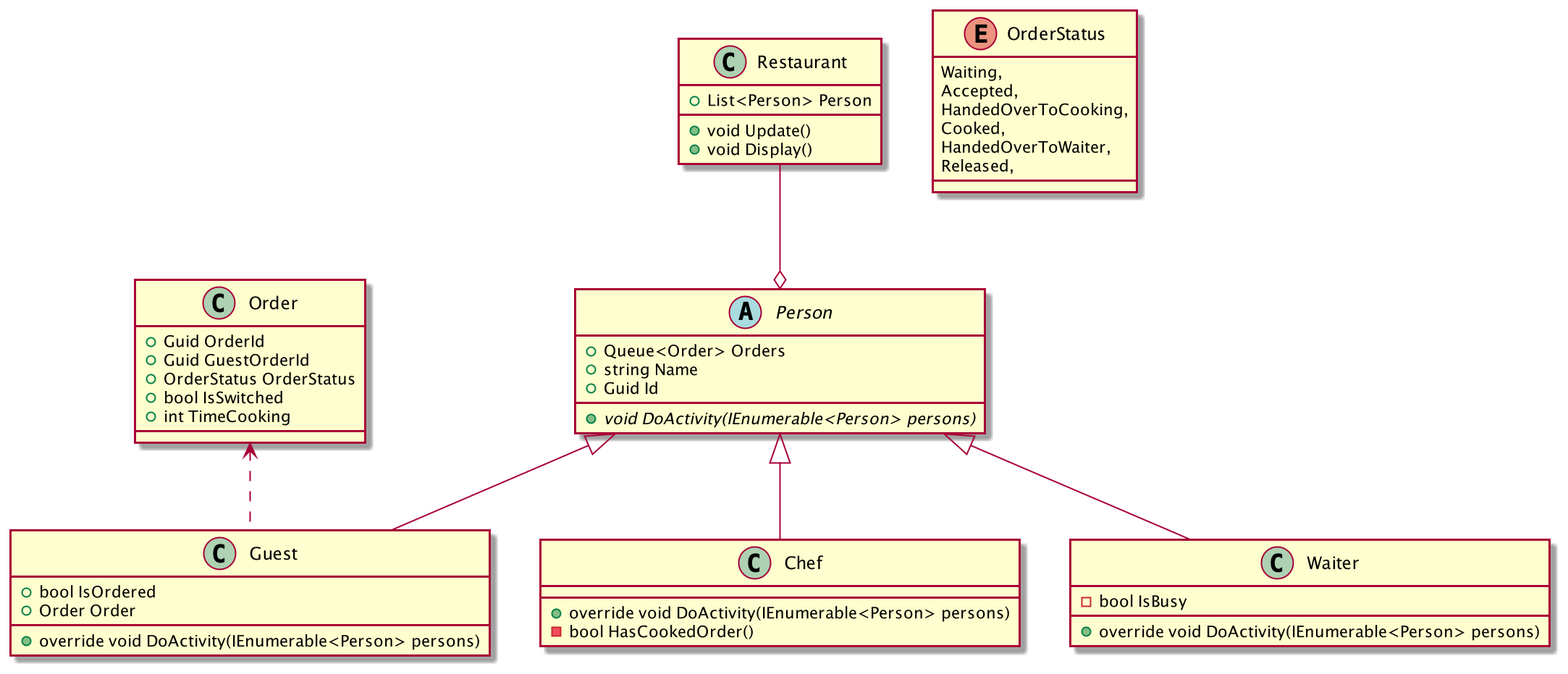
The PlantUML diagram RestaurantManager/Uml/RestaurantManager-0.png in brzozasr/RestaurantManager, before a commit.
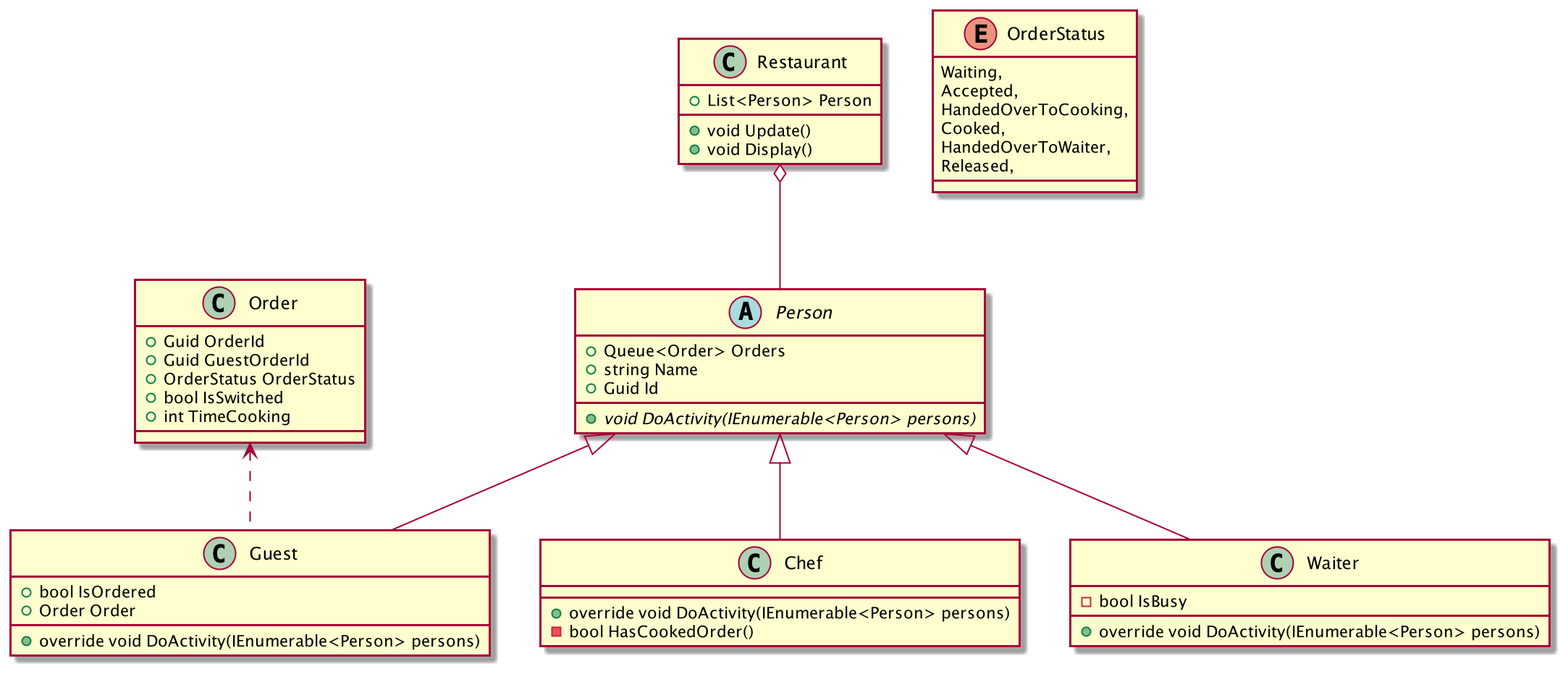
After the commit.

What changed in the source:
```diff
@@ -47,7 +47,7 @@
 Person <|-- Waiter
 Person <|-- Guest
 Order <.. Guest
-Restaurant --o Person
+Restaurant o-- Person
 
 enum OrderStatus
 {
```
